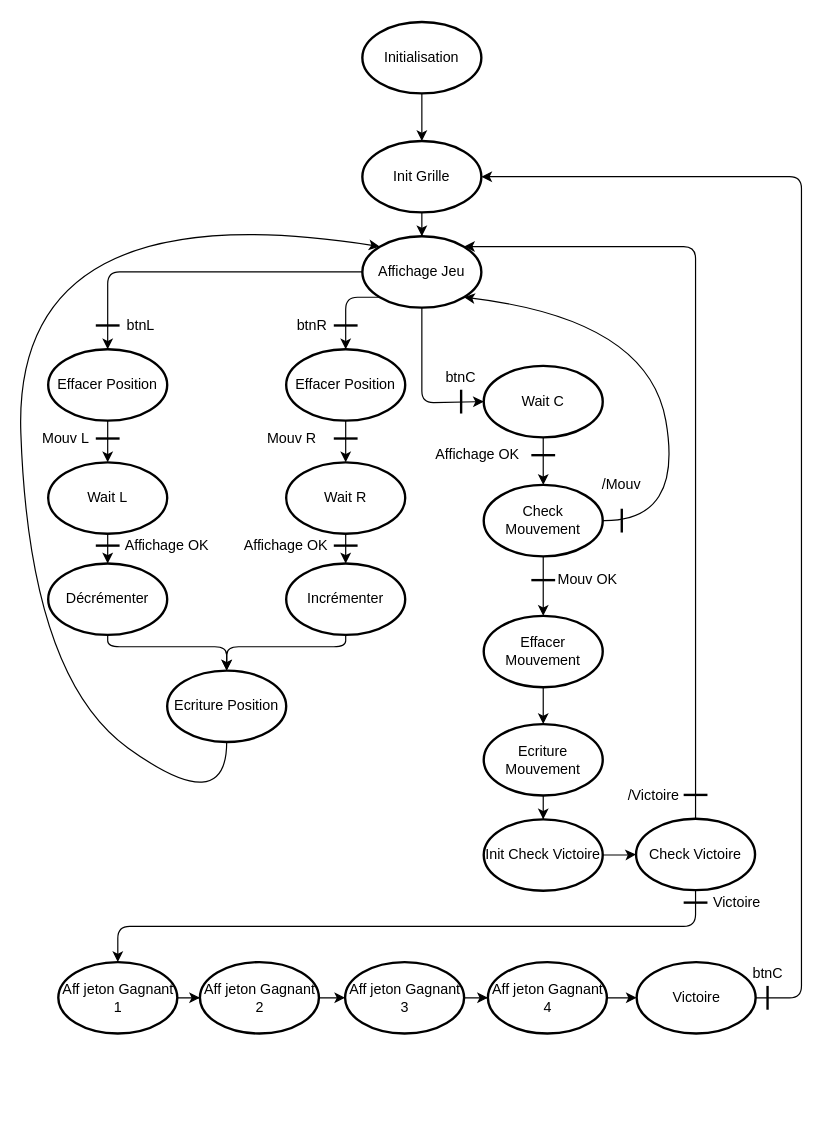
This is Sources/FSM/FSM.drawio from Starmaxou/Puissance4_VHDL, a draw.io file, before an edit. Source tidied: cells renumbered, new cells numbered last; positions are measured from the earlier drawing's top-left corner, leaving out a move shared by most shapes. Both pictures are drawn from the tidied source at 119%, with x=0, y=0 at pixel (12, 21).
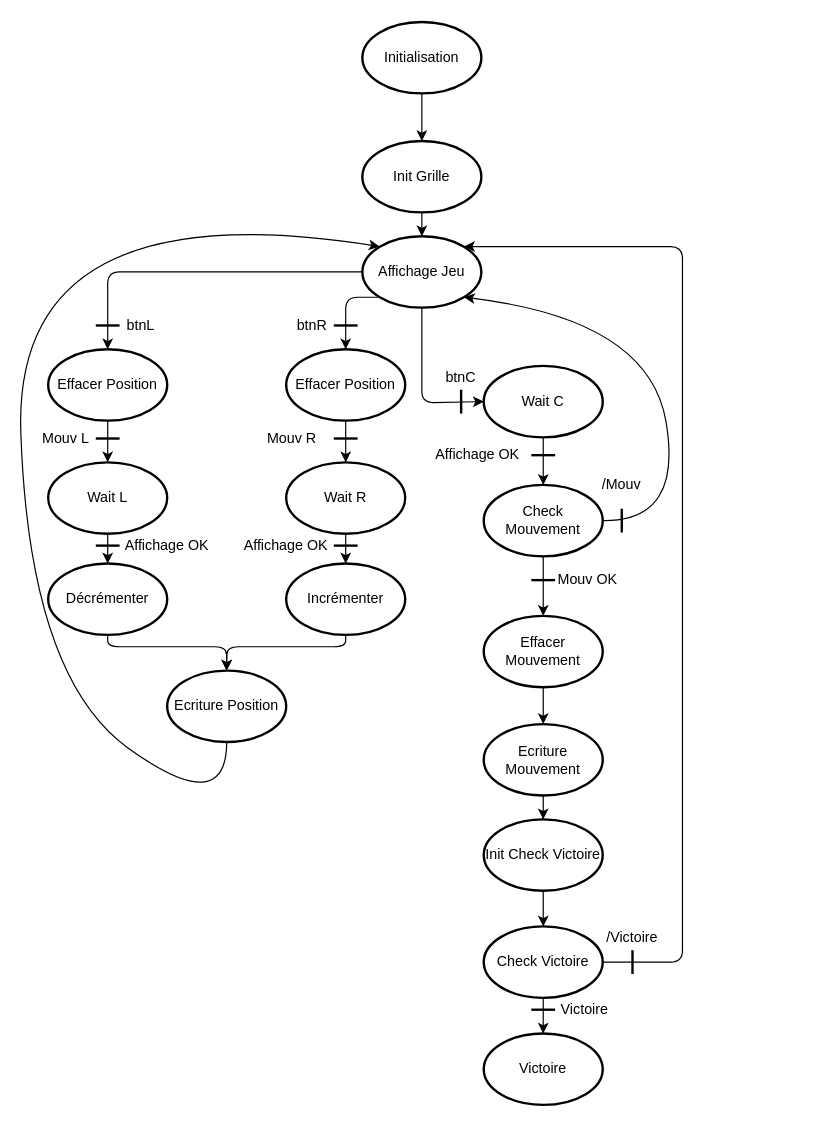
The same page after the edit.

The change refers to these unchanged cells:
```xml
<mxCell id="5" value="Init Grille" style="strokeWidth=2;html=1;shape=mxgraph.flowchart.start_2;whiteSpace=wrap;" parent="1" vertex="1">
  <mxGeometry x="294" y="100" width="100" height="60" as="geometry" />
</mxCell>
<mxCell id="6" value="Affichage Jeu" style="strokeWidth=2;html=1;shape=mxgraph.flowchart.start_2;whiteSpace=wrap;" parent="1" vertex="1">
  <mxGeometry x="294" y="180" width="100" height="60" as="geometry" />
</mxCell>
<mxCell id="66" value="Init Check Victoire" style="strokeWidth=2;html=1;shape=mxgraph.flowchart.start_2;whiteSpace=wrap;" parent="1" vertex="1">
  <mxGeometry x="396" y="670" width="100" height="60" as="geometry" />
</mxCell>
```

What changed in the source:
```diff
@@
     <mxCell id="14" value="Check Victoire" style="strokeWidth=2;html=1;shape=mxgraph.flowchart.start_2;whiteSpace=wrap;" parent="1" vertex="1">
-      <mxGeometry x="524" y="669.5" width="100" height="60" as="geometry" />
+      <mxGeometry x="396" y="760" width="100" height="60" as="geometry" />
     </mxCell>
@@
     <mxCell id="30" value="/Victoire" style="text;html=1;strokeColor=none;fillColor=none;align=center;verticalAlign=middle;whiteSpace=wrap;rounded=0;" parent="1" vertex="1">
-      <mxGeometry x="514" y="639.5" width="50" height="20" as="geometry" />
+      <mxGeometry x="496" y="760" width="50" height="20" as="geometry" />
     </mxCell>
-    <mxCell id="31" style="line;strokeWidth=2;html=1;rotation=-180;" parent="1" vertex="1">
-      <mxGeometry x="564" y="644.5" width="20" height="10" as="geometry" />
+    <mxCell id="31" style="line;strokeWidth=2;html=1;rotation=-90;" parent="1" vertex="1">
+      <mxGeometry x="511" y="785" width="20" height="10" as="geometry" />
     </mxCell>
     <mxCell id="32" value="Victoire" style="text;html=1;strokeColor=none;fillColor=none;align=center;verticalAlign=middle;whiteSpace=wrap;rounded=0;" parent="1" vertex="1">
-      <mxGeometry x="584" y="730" width="50" height="20" as="geometry" />
+      <mxGeometry x="456" y="820" width="50" height="20" as="geometry" />
     </mxCell>
-    <mxCell id="33" style="edgeStyle=orthogonalEdgeStyle;rounded=0;jettySize=auto;html=1;" parent="1" edge="1" source="34" target="69">
-      <mxGeometry relative="1" as="geometry" />
-    </mxCell>
-    <mxCell id="34" value="Aff jeton Gagnant 1" style="strokeWidth=2;html=1;shape=mxgraph.flowchart.start_2;whiteSpace=wrap;" parent="1" vertex="1">
-      <mxGeometry x="38.5" y="790" width="100" height="60" as="geometry" />
-    </mxCell>
     <mxCell id="35" style="line;strokeWidth=2;html=1;rotation=0;" parent="1" vertex="1">
-      <mxGeometry x="564" y="735" width="20" height="10" as="geometry" />
+      <mxGeometry x="436" y="825" width="20" height="10" as="geometry" />
     </mxCell>
@@
-    <mxCell id="54" style="edgeStyle=orthogonalEdgeStyle;rounded=0;orthogonalLoop=1;jettySize=auto;html=1;exitX=0.5;exitY=1;exitDx=0;exitDy=0;exitPerimeter=0;" parent="1" edge="1" source="34" target="34">
-      <mxGeometry relative="1" as="geometry" />
-    </mxCell>
-    <mxCell id="55" style="edgeStyle=segmentEdgeStyle;endArrow=classic;html=1;exitX=0.5;exitY=0;exitDx=0;exitDy=0;exitPerimeter=0;entryX=0.855;entryY=0.145;entryDx=0;entryDy=0;entryPerimeter=0;" parent="1" edge="1" source="14" target="6">
+    <mxCell id="55" style="edgeStyle=segmentEdgeStyle;endArrow=classic;html=1;exitX=1;exitY=0.5;exitDx=0;exitDy=0;exitPerimeter=0;entryX=0.855;entryY=0.145;entryDx=0;entryDy=0;entryPerimeter=0;" parent="1" edge="1" source="14" target="6">
       <mxGeometry relative="1" as="geometry">
         <Array as="points">
-          <mxPoint x="574" y="189" />
+          <mxPoint x="563" y="790" />
+          <mxPoint x="563" y="189" />
         </Array>
       </mxGeometry>
     </mxCell>
-    <mxCell id="56" style="edgeStyle=segmentEdgeStyle;endArrow=classic;html=1;entryX=1;entryY=0.5;entryDx=0;entryDy=0;entryPerimeter=0;exitX=1;exitY=0.5;exitDx=0;exitDy=0;exitPerimeter=0;" parent="1" edge="1" source="67" target="5">
-      <mxGeometry relative="1" as="geometry">
-        <Array as="points">
-          <mxPoint x="663" y="820" />
-          <mxPoint x="663" y="130" />
-        </Array>
-      </mxGeometry>
-    </mxCell>
-    <mxCell id="57" value="btnC" style="text;html=1;strokeColor=none;fillColor=none;align=center;verticalAlign=middle;whiteSpace=wrap;rounded=0;" parent="1" vertex="1">
-      <mxGeometry x="619.5" y="790" width="30" height="20" as="geometry" />
-    </mxCell>
-    <mxCell id="58" style="line;strokeWidth=2;html=1;rotation=-90;" parent="1" vertex="1">
-      <mxGeometry x="624.5" y="815" width="20" height="10" as="geometry" />
-    </mxCell>
@@
-    <mxCell id="65" style="edgeStyle=orthogonalEdgeStyle;rounded=0;jettySize=auto;html=1;entryX=0;entryY=0.5;entryDx=0;entryDy=0;entryPerimeter=0;" parent="1" edge="1" source="66" target="14">
+    <mxCell id="65" style="edgeStyle=orthogonalEdgeStyle;rounded=0;jettySize=auto;html=1;" parent="1" edge="1" source="66" target="14">
       <mxGeometry relative="1" as="geometry" />
     </mxCell>
@@
     <mxCell id="67" value="Victoire" style="strokeWidth=2;html=1;shape=mxgraph.flowchart.start_2;whiteSpace=wrap;" parent="1" vertex="1">
-      <mxGeometry x="524.5" y="790" width="100" height="60" as="geometry" />
+      <mxGeometry x="396" y="850" width="100" height="60" as="geometry" />
     </mxCell>
-    <mxCell id="68" style="edgeStyle=orthogonalEdgeStyle;rounded=0;jettySize=auto;html=1;" parent="1" edge="1" source="69" target="71">
-      <mxGeometry relative="1" as="geometry" />
-    </mxCell>
-    <mxCell id="69" value="Aff jeton Gagnant 2" style="strokeWidth=2;html=1;shape=mxgraph.flowchart.start_2;whiteSpace=wrap;" parent="1" vertex="1">
-      <mxGeometry x="157.5" y="790" width="100" height="60" as="geometry" />
-    </mxCell>
-    <mxCell id="70" style="edgeStyle=orthogonalEdgeStyle;rounded=0;jettySize=auto;html=1;" parent="1" edge="1" source="71" target="73">
-      <mxGeometry relative="1" as="geometry" />
-    </mxCell>
-    <mxCell id="71" value="Aff jeton Gagnant 3" style="strokeWidth=2;html=1;shape=mxgraph.flowchart.start_2;whiteSpace=wrap;" parent="1" vertex="1">
-      <mxGeometry x="279.5" y="790" width="100" height="60" as="geometry" />
-    </mxCell>
-    <mxCell id="72" style="edgeStyle=orthogonalEdgeStyle;rounded=0;jettySize=auto;html=1;entryX=0;entryY=0.5;entryDx=0;entryDy=0;entryPerimeter=0;" parent="1" edge="1" source="73" target="67">
-      <mxGeometry relative="1" as="geometry" />
-    </mxCell>
-    <mxCell id="73" value="Aff jeton Gagnant 4" style="strokeWidth=2;html=1;shape=mxgraph.flowchart.start_2;whiteSpace=wrap;" parent="1" vertex="1">
-      <mxGeometry x="399.5" y="790" width="100" height="60" as="geometry" />
-    </mxCell>
-    <mxCell id="74" style="edgeStyle=segmentEdgeStyle;endArrow=classic;html=1;exitX=0.5;exitY=1;exitDx=0;exitDy=0;exitPerimeter=0;entryX=0.5;entryY=0;entryDx=0;entryDy=0;entryPerimeter=0;" parent="1" edge="1" source="14" target="34">
+    <mxCell id="74" style="edgeStyle=segmentEdgeStyle;endArrow=classic;html=1;exitX=0.5;exitY=1;exitDx=0;exitDy=0;exitPerimeter=0;entryX=0.5;entryY=0;entryDx=0;entryDy=0;entryPerimeter=0;" parent="1" edge="1" source="14" target="67">
       <mxGeometry relative="1" as="geometry">
         <Array as="points">
-          <mxPoint x="574" y="760" />
-          <mxPoint x="89" y="760" />
+          <mxPoint x="446" y="830" />
+          <mxPoint x="446" y="830" />
         </Array>
       </mxGeometry>
     </mxCell>
```
